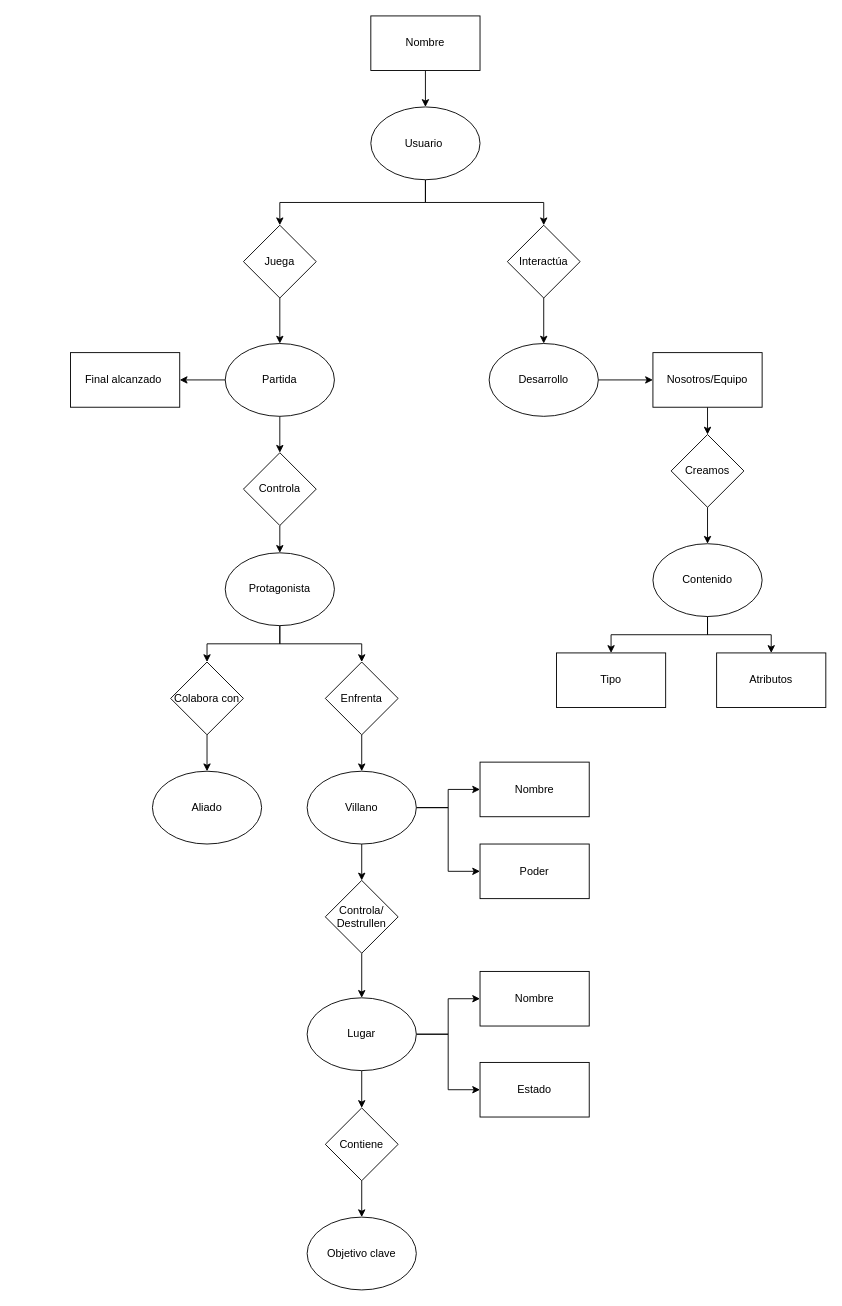
Before: Apuntes/Diagrama entidad relación.drawio in D-0BE/ETPA2, a draw.io diagram. Source tidied: cells renumbered, new cells numbered last; positions are measured from the earlier drawing's top-left corner, leaving out a move shared by most shapes. Both pictures are drawn from the tidied source at 91%, with x=0, y=0 at pixel (70, 15).
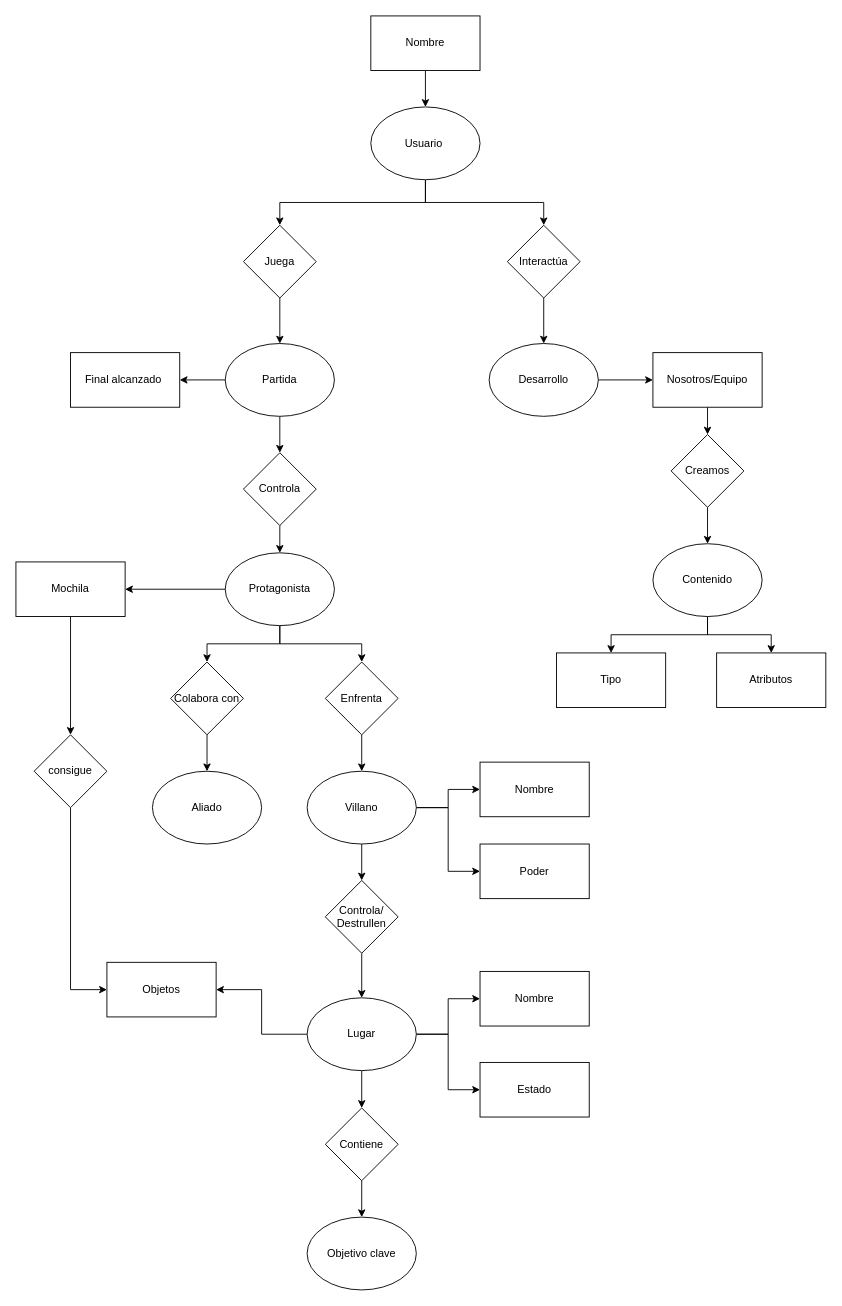
The same page after the edit.

Commit message:
esto que es?

Unchanged cells that the change refers to:
```xml
<mxCell id="17" value="Protagonista" style="ellipse;whiteSpace=wrap;html=1;" parent="1" vertex="1">
  <mxGeometry x="170" y="590" width="120" height="80" as="geometry" />
</mxCell>
<mxCell id="47" value="Lugar" style="ellipse;whiteSpace=wrap;html=1;" parent="1" vertex="1">
  <mxGeometry x="260" y="1079" width="120" height="80" as="geometry" />
</mxCell>
```

What changed in the source:
```diff
@@
+    <mxCell id="53" style="edgeStyle=orthogonalEdgeStyle;rounded=0;jettySize=auto;html=1;exitX=0;exitY=0.5;exitDx=0;exitDy=0;entryX=1;entryY=0.5;entryDx=0;entryDy=0;" parent="1" edge="1" source="17" target="57">
+      <mxGeometry relative="1" as="geometry" />
+    </mxCell>
@@
+    <mxCell id="54" style="edgeStyle=orthogonalEdgeStyle;rounded=0;jettySize=auto;html=1;exitX=0;exitY=0.5;exitDx=0;exitDy=0;entryX=1;entryY=0.5;entryDx=0;entryDy=0;" parent="1" edge="1" source="47" target="55">
+      <mxGeometry relative="1" as="geometry" />
+    </mxCell>
@@
+    <mxCell id="55" value="Objetos" style="rounded=0;whiteSpace=wrap;html=1;" parent="1" vertex="1">
+      <mxGeometry x="40" y="1040" width="120" height="60" as="geometry" />
+    </mxCell>
+    <mxCell id="56" style="edgeStyle=orthogonalEdgeStyle;rounded=0;jettySize=auto;html=1;exitX=0.5;exitY=1;exitDx=0;exitDy=0;entryX=0.5;entryY=0;entryDx=0;entryDy=0;" parent="1" edge="1" source="57" target="59">
+      <mxGeometry relative="1" as="geometry" />
+    </mxCell>
+    <mxCell id="57" value="Mochila" style="rounded=0;whiteSpace=wrap;html=1;" parent="1" vertex="1">
+      <mxGeometry x="-60" y="600" width="120" height="60" as="geometry" />
+    </mxCell>
+    <mxCell id="58" style="edgeStyle=orthogonalEdgeStyle;rounded=0;jettySize=auto;html=1;exitX=0.5;exitY=1;exitDx=0;exitDy=0;entryX=0;entryY=0.5;entryDx=0;entryDy=0;" parent="1" edge="1" source="59" target="55">
+      <mxGeometry relative="1" as="geometry" />
+    </mxCell>
+    <mxCell id="59" value="consigue" style="rhombus;whiteSpace=wrap;html=1;" parent="1" vertex="1">
+      <mxGeometry x="-40" y="790" width="80" height="80" as="geometry" />
+    </mxCell>
```
